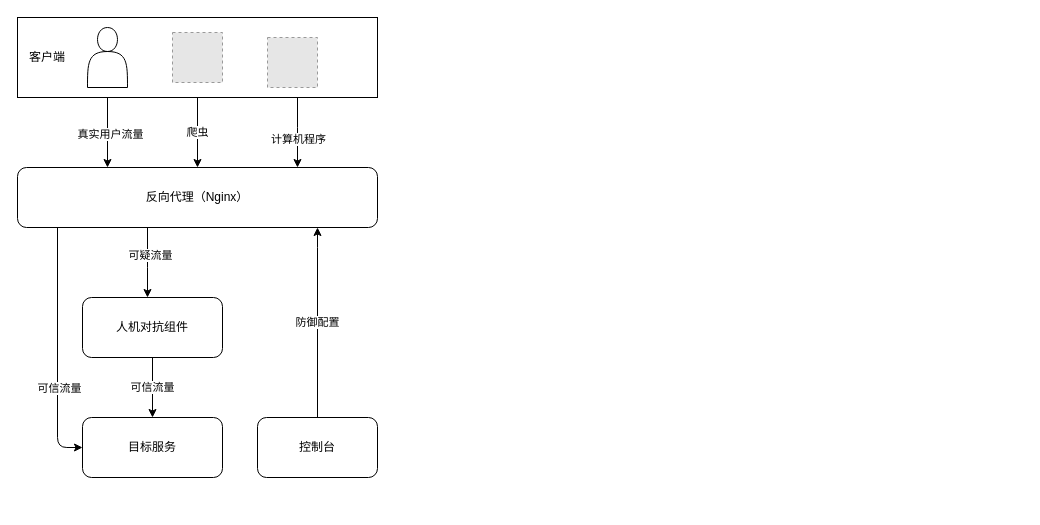
luxiao/luxiao keeps this draw.io diagram as page "第 2 页" (2 of 2) of 未命名绘图.drawio. Above is the earlier version. Source tidied: cells renumbered, new cells numbered last; positions are measured from the earlier drawing's top-left corner, leaving out a move shared by most shapes. Both pictures are drawn from the tidied source at 100%, with x=0, y=0 at pixel (17, 17). Pictures stored in the file or linked from it are replaced by grey dashed boxes.
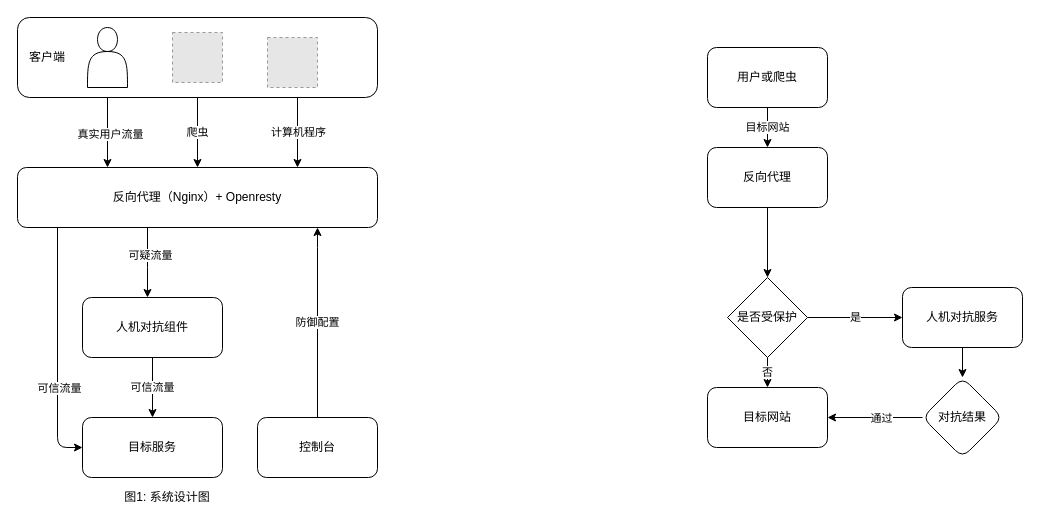
After the change.

Commit message:
更新未命名绘图.drawio

The change refers to these unchanged cells:
```xml
<mxCell id="2" style="edgeStyle=orthogonalEdgeStyle;rounded=0;jettySize=auto;html=1;" parent="1" edge="1" source="5" target="11">
  <mxGeometry relative="1" as="geometry">
    <Array as="points">
      <mxPoint x="280" y="110" />
      <mxPoint x="280" y="110" />
    </Array>
  </mxGeometry>
</mxCell>
```

Diff of the diagram source:
```diff
@@
     <mxCell id="3" value="计算机程序" style="edgeLabel;html=1;align=center;verticalAlign=middle;" parent="2" vertex="1">
-      <mxGeometry x="0.16" relative="1" as="geometry" />
+      <mxGeometry x="0.16" relative="1" as="geometry">
+        <mxPoint y="-7" as="offset" />
+      </mxGeometry>
     </mxCell>
@@
-    <mxCell id="5" style="rounded=0;whiteSpace=wrap;html=1;" parent="1" vertex="1">
+    <mxCell id="5" style="rounded=1;whiteSpace=wrap;html=1;" parent="1" vertex="1">
       <mxGeometry width="360" height="80" as="geometry" />
     </mxCell>
@@
-    <mxCell id="11" value="反向代理（Nginx）" style="rounded=1;whiteSpace=wrap;html=1;" parent="1" vertex="1">
+    <mxCell id="11" value="反向代理（Nginx）+ Openresty" style="rounded=1;whiteSpace=wrap;html=1;" parent="1" vertex="1">
       <mxGeometry y="150" width="360" height="60" as="geometry" />
     </mxCell>
@@
+    <mxCell id="22" value="图1: 系统设计图" style="text;html=1;strokeColor=none;fillColor=none;align=center;verticalAlign=middle;whiteSpace=wrap;rounded=0;" parent="1" vertex="1">
+      <mxGeometry x="65" y="470" width="170" height="20" as="geometry" />
+    </mxCell>
+    <mxCell id="23" style="edgeStyle=orthogonalEdgeStyle;rounded=0;jettySize=auto;html=1;" parent="1" edge="1" source="24" target="28">
+      <mxGeometry relative="1" as="geometry" />
+    </mxCell>
+    <mxCell id="24" value="反向代理" style="rounded=1;whiteSpace=wrap;html=1;" parent="1" vertex="1">
+      <mxGeometry x="690" y="130" width="120" height="60" as="geometry" />
+    </mxCell>
+    <mxCell id="25" value="目标网站" style="rounded=1;whiteSpace=wrap;html=1;" parent="1" vertex="1">
+      <mxGeometry x="690" y="370" width="120" height="60" as="geometry" />
+    </mxCell>
+    <mxCell id="26" value="否" style="edgeStyle=orthogonalEdgeStyle;rounded=0;jettySize=auto;html=1;" parent="1" edge="1" source="28" target="25">
+      <mxGeometry relative="1" as="geometry" />
+    </mxCell>
+    <mxCell id="27" value="是" style="edgeStyle=orthogonalEdgeStyle;rounded=0;jettySize=auto;html=1;" parent="1" edge="1" source="28" target="30">
+      <mxGeometry relative="1" as="geometry" />
+    </mxCell>
+    <mxCell id="28" value="是否受保护" style="rhombus;whiteSpace=wrap;html=1;" parent="1" vertex="1">
+      <mxGeometry x="710" y="260" width="80" height="80" as="geometry" />
+    </mxCell>
+    <mxCell id="29" style="edgeStyle=orthogonalEdgeStyle;rounded=0;jettySize=auto;html=1;entryX=0;entryY=0.5;entryDx=0;entryDy=0;" parent="1" edge="1" source="30" target="35">
+      <mxGeometry relative="1" as="geometry" />
+    </mxCell>
+    <mxCell id="30" value="人机对抗服务" style="rounded=1;whiteSpace=wrap;html=1;" parent="1" vertex="1">
+      <mxGeometry x="885" y="270" width="120" height="60" as="geometry" />
+    </mxCell>
+    <mxCell id="31" value="目标网站" style="edgeStyle=orthogonalEdgeStyle;rounded=0;jettySize=auto;html=1;" parent="1" edge="1" source="32" target="24">
+      <mxGeometry relative="1" as="geometry" />
+    </mxCell>
+    <mxCell id="32" value="用户或爬虫" style="rounded=1;whiteSpace=wrap;html=1;" parent="1" vertex="1">
+      <mxGeometry x="690" y="30" width="120" height="60" as="geometry" />
+    </mxCell>
+    <mxCell id="33" style="edgeStyle=orthogonalEdgeStyle;rounded=0;jettySize=auto;html=1;" parent="1" edge="1" source="35" target="25">
+      <mxGeometry relative="1" as="geometry" />
+    </mxCell>
+    <mxCell id="34" value="通过" style="edgeLabel;html=1;align=center;verticalAlign=middle;" parent="33" vertex="1">
+      <mxGeometry x="-0.12" relative="1" as="geometry" />
+    </mxCell>
+    <mxCell id="35" value="对抗结果" style="rhombus;whiteSpace=wrap;html=1;rounded=1;direction=south;" parent="1" vertex="1">
+      <mxGeometry x="905" y="360" width="80" height="80" as="geometry" />
+    </mxCell>
```
